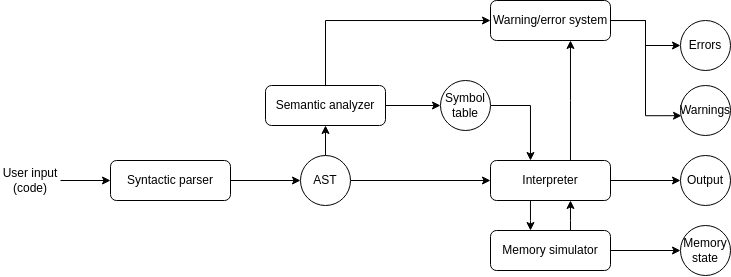
hruboson/memviz keeps this draw.io diagram as doc/architecture.drawio.png. Above is the earlier version. Source tidied: cells renumbered, new cells last; positions are measured from the earlier drawing's top-left corner, leaving out a move shared by most shapes.
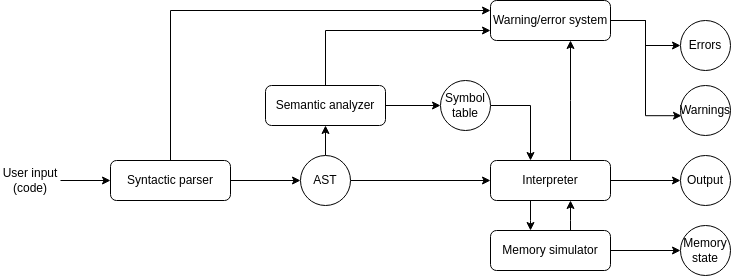
The same diagram one commit later.

Commit message:
fix(architecture diagram)

Diff of the diagram source:
```diff
@@ -5,6 +5,13 @@
     <mxCell id="2" style="edgeStyle=orthogonalEdgeStyle;rounded=0;jettySize=auto;html=1;" parent="1" edge="1" source="3" target="8">
       <mxGeometry relative="1" as="geometry" />
     </mxCell>
+    <mxCell id="28" style="edgeStyle=orthogonalEdgeStyle;rounded=0;jettySize=auto;html=1;" parent="1" edge="1" source="3" target="24">
+      <mxGeometry relative="1" as="geometry">
+        <Array as="points">
+          <mxPoint x="170" y="10" />
+        </Array>
+      </mxGeometry>
+    </mxCell>
     <mxCell id="3" value="Syntactic parser" style="rounded=1;whiteSpace=wrap;html=1;" parent="1" vertex="1">
       <mxGeometry x="110" y="160" width="120" height="40" as="geometry" />
     </mxCell>
@@ -29,7 +36,7 @@
     <mxCell id="10" style="edgeStyle=orthogonalEdgeStyle;rounded=0;jettySize=auto;html=1;" parent="1" edge="1" source="11" target="24">
       <mxGeometry relative="1" as="geometry">
         <Array as="points">
-          <mxPoint x="325" y="20" />
+          <mxPoint x="325" y="30" />
         </Array>
       </mxGeometry>
     </mxCell>
```
